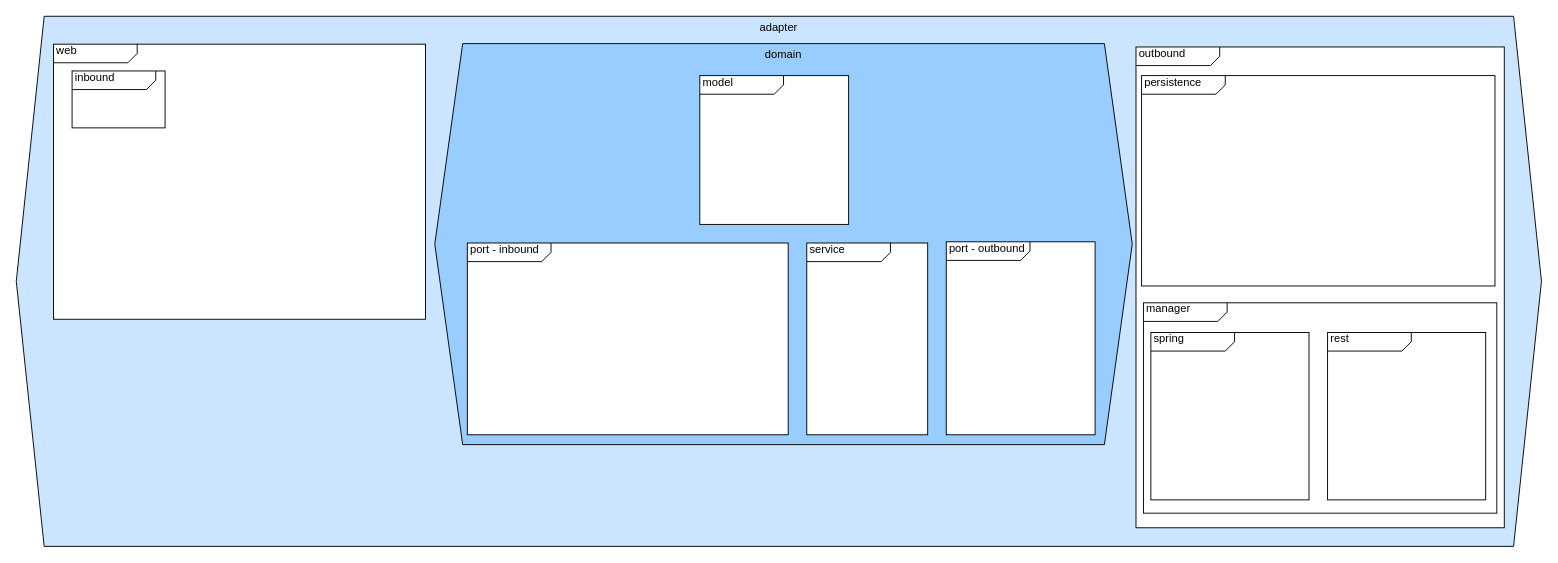
Earlier version of the draw.io diagram page "package-rules-overview" (10 of 10) of docs/assignment-diagrammen/diagrammen-verzameling.drawio (Quintor/hexagonal-architecture-workshop). Source tidied: cells renumbered, new cells numbered last; positions are measured from the earlier drawing's top-left corner, leaving out a move shared by most shapes. Both pictures are drawn from the tidied source at 93%, with x=0, y=0 at pixel (16, 16).
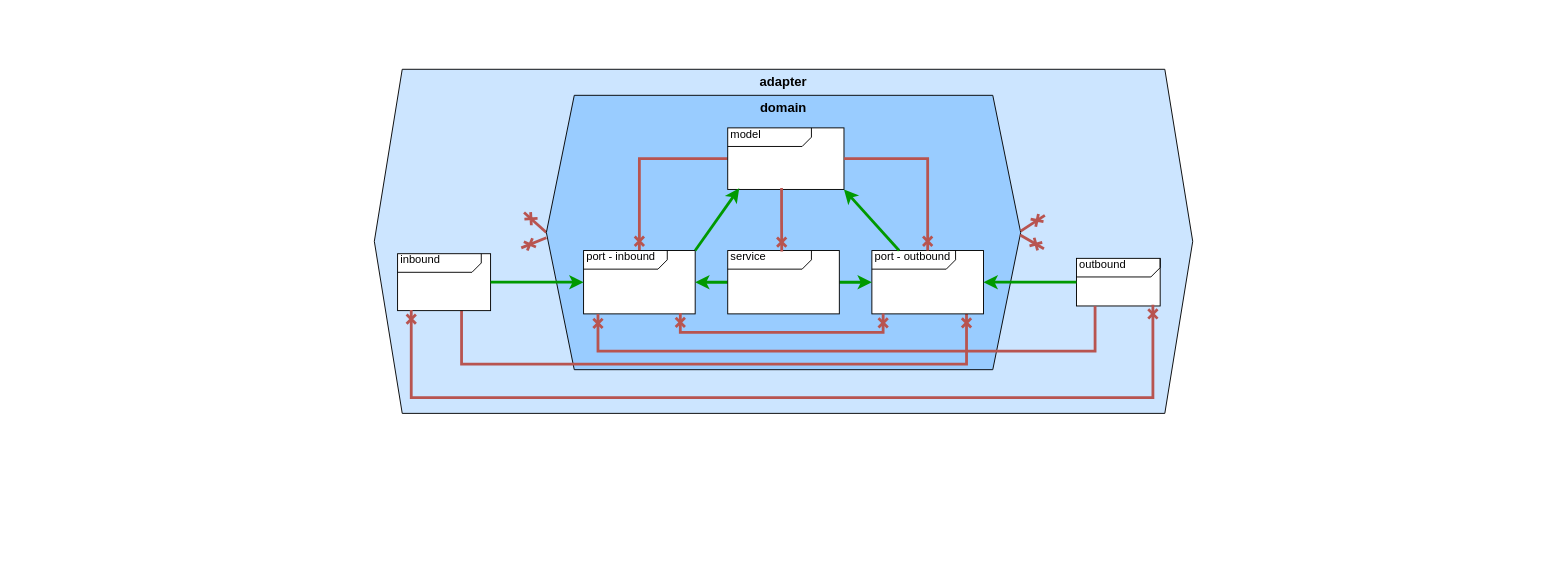
The same page after the edit.

Commit message (it also covers changes not shown here):
docs(stap-4): add an extra assignment and diagram

Diff of the diagram source:
```diff
@@
-    <mxCell id="2" value="adapter" style="shape=hexagon;perimeter=hexagonPerimeter2;whiteSpace=wrap;html=1;fixedSize=1;align=center;verticalAlign=top;spacing=0;size=30;fillColor=#CCE5FF;" parent="1" vertex="1">
-      <mxGeometry width="1640" height="570" as="geometry" />
+    <mxCell id="2" value="&lt;font style=&quot;font-size: 14px;&quot;&gt;&lt;b&gt;adapter&lt;/b&gt;&lt;/font&gt;" style="shape=hexagon;perimeter=hexagonPerimeter2;whiteSpace=wrap;html=1;fixedSize=1;align=center;verticalAlign=top;spacing=0;size=30;fillColor=#CCE5FF;" parent="1" vertex="1">
+      <mxGeometry x="385" y="57" width="880" height="370" as="geometry" />
     </mxCell>
-    <mxCell id="3" value="&amp;nbsp;web" style="html=1;shape=mxgraph.sysml.package;html=1;overflow=fill;whiteSpace=wrap;align=left;" parent="1" vertex="1">
-      <mxGeometry x="40" y="30" width="400" height="295.8" as="geometry" />
-    </mxCell>
+    <mxCell id="15" style="rounded=0;jettySize=auto;html=1;exitX=0;exitY=0.5;exitDx=0;exitDy=0;strokeWidth=3;fillColor=#f8cecc;strokeColor=#b85450;endArrow=cross;endFill=0;" parent="1" edge="1" source="4">
+      <mxGeometry relative="1" as="geometry">
+        <mxPoint x="546" y="211" as="targetPoint" />
+      </mxGeometry>
+    </mxCell>
-    <mxCell id="4" value="domain" style="shape=hexagon;perimeter=hexagonPerimeter2;whiteSpace=wrap;html=1;fixedSize=1;align=center;verticalAlign=top;spacing=0;size=30;fillColor=#99CCFF;" parent="1" vertex="1">
-      <mxGeometry x="450" y="29.4" width="750" height="431.2" as="geometry" />
+    <mxCell id="4" value="&lt;font style=&quot;font-size: 14px;&quot;&gt;&lt;b&gt;domain&lt;/b&gt;&lt;/font&gt;" style="shape=hexagon;perimeter=hexagonPerimeter2;whiteSpace=wrap;html=1;fixedSize=1;align=center;verticalAlign=top;spacing=0;size=30;fillColor=#99CCFF;" parent="1" vertex="1">
+      <mxGeometry x="570" y="85" width="510" height="295" as="geometry" />
     </mxCell>
+    <mxCell id="16" style="edgeStyle=orthogonalEdgeStyle;rounded=0;jettySize=auto;html=1;strokeWidth=3;fillColor=#f8cecc;strokeColor=#b85450;endArrow=cross;endFill=0;" parent="1" edge="1" source="5" target="6">
+      <mxGeometry relative="1" as="geometry" />
+    </mxCell>
     <mxCell id="5" value="&lt;div align=&quot;left&quot;&gt;&amp;nbsp;model&lt;/div&gt;" style="html=1;shape=mxgraph.sysml.package;html=1;overflow=fill;whiteSpace=wrap;align=left;" parent="1" vertex="1">
-      <mxGeometry x="735" y="63.8" width="160" height="160" as="geometry" />
+      <mxGeometry x="765" y="120" width="125" height="66.2" as="geometry" />
     </mxCell>
     <mxCell id="6" value="&lt;div&gt;&amp;nbsp;port - inbound&lt;/div&gt;&lt;div&gt;&lt;br&gt;&lt;/div&gt;&lt;div&gt;&lt;br&gt;&lt;/div&gt;" style="html=1;shape=mxgraph.sysml.package;html=1;overflow=fill;whiteSpace=wrap;align=left;" parent="1" vertex="1">
-      <mxGeometry x="485" y="243.8" width="345" height="206.2" as="geometry" />
+      <mxGeometry x="610" y="251.9" width="120" height="68.1" as="geometry" />
     </mxCell>
+    <mxCell id="17" style="edgeStyle=orthogonalEdgeStyle;rounded=0;jettySize=auto;html=1;exitX=0.688;exitY=0.99;exitDx=0;exitDy=0;exitPerimeter=0;strokeWidth=3;fillColor=#f8cecc;strokeColor=#b85450;endArrow=cross;endFill=0;entryX=0.848;entryY=0.995;entryDx=0;entryDy=0;entryPerimeter=0;" parent="1" edge="1" source="8" target="11">
+      <mxGeometry relative="1" as="geometry">
+        <Array as="points">
+          <mxPoint x="479" y="374" />
+          <mxPoint x="1022" y="374" />
+        </Array>
+      </mxGeometry>
+    </mxCell>
+    <mxCell id="8" value="&amp;nbsp;inbound" style="html=1;shape=mxgraph.sysml.package;html=1;overflow=fill;whiteSpace=wrap;align=left;" parent="1" vertex="1">
+      <mxGeometry x="410" y="255.3" width="100" height="61.2" as="geometry" />
+    </mxCell>
+    <mxCell id="11" value="&lt;div&gt;&amp;nbsp;port - outbound&lt;/div&gt;&lt;div&gt;&lt;br&gt;&lt;/div&gt;&lt;div&gt;&lt;br&gt;&lt;br&gt;&lt;/div&gt;" style="html=1;shape=mxgraph.sysml.package;html=1;overflow=fill;whiteSpace=wrap;align=left;" parent="1" vertex="1">
+      <mxGeometry x="920" y="251.9" width="120" height="68.1" as="geometry" />
+    </mxCell>
+    <mxCell id="18" style="edgeStyle=orthogonalEdgeStyle;rounded=0;jettySize=auto;html=1;strokeWidth=3;fillColor=#d5e8d4;strokeColor=light-dark(#009900, #446e2c);" parent="1" edge="1" source="7" target="6">
+      <mxGeometry relative="1" as="geometry" />
+    </mxCell>
+    <mxCell id="19" style="edgeStyle=orthogonalEdgeStyle;rounded=0;jettySize=auto;html=1;strokeWidth=3;fillColor=#d5e8d4;strokeColor=light-dark(#009900, #446e2c);" parent="1" edge="1" source="7" target="11">
+      <mxGeometry relative="1" as="geometry" />
+    </mxCell>
     <mxCell id="7" value="&amp;nbsp;service" style="html=1;shape=mxgraph.sysml.package;html=1;overflow=fill;whiteSpace=wrap;align=left;" parent="1" vertex="1">
-      <mxGeometry x="850" y="243.8" width="130" height="206.2" as="geometry" />
+      <mxGeometry x="765" y="251.9" width="120" height="68.1" as="geometry" />
     </mxCell>
-    <mxCell id="8" value="&amp;nbsp;inbound" style="html=1;shape=mxgraph.sysml.package;html=1;overflow=fill;whiteSpace=wrap;align=left;" parent="1" vertex="1">
-      <mxGeometry x="60" y="58.8" width="100" height="61.2" as="geometry" />
-    </mxCell>
     <mxCell id="9" value="&amp;nbsp;outbound" style="html=1;shape=mxgraph.sysml.package;html=1;overflow=fill;whiteSpace=wrap;align=left;" parent="1" vertex="1">
-      <mxGeometry x="1204" y="33" width="396" height="517" as="geometry" />
+      <mxGeometry x="1140" y="260.3" width="90" height="51.2" as="geometry" />
     </mxCell>
-    <mxCell id="10" value="&lt;div&gt;&amp;nbsp;persistence&lt;/div&gt;" style="html=1;shape=mxgraph.sysml.package;html=1;overflow=fill;whiteSpace=wrap;align=left;" parent="1" vertex="1">
-      <mxGeometry x="1210" y="63.8" width="380" height="226.2" as="geometry" />
-    </mxCell>
-    <mxCell id="11" value="&lt;div&gt;&amp;nbsp;port - outbound&lt;/div&gt;&lt;div&gt;&lt;br&gt;&lt;/div&gt;&lt;div&gt;&lt;br&gt;&lt;/div&gt;" style="html=1;shape=mxgraph.sysml.package;html=1;overflow=fill;whiteSpace=wrap;align=left;" parent="1" vertex="1">
-      <mxGeometry x="1000" y="242.5" width="160" height="207.5" as="geometry" />
-    </mxCell>
-    <mxCell id="12" value="&amp;nbsp;manager" style="html=1;shape=mxgraph.sysml.package;html=1;overflow=fill;whiteSpace=wrap;align=left;" parent="1" vertex="1">
-      <mxGeometry x="1212" y="308.1" width="380" height="226.2" as="geometry" />
-    </mxCell>
-    <mxCell id="13" value="&amp;nbsp;spring" style="html=1;shape=mxgraph.sysml.package;html=1;overflow=fill;whiteSpace=wrap;align=left;" parent="1" vertex="1">
-      <mxGeometry x="1220" y="340" width="170" height="180" as="geometry" />
-    </mxCell>
-    <mxCell id="14" value="&amp;nbsp;rest" style="html=1;shape=mxgraph.sysml.package;html=1;overflow=fill;whiteSpace=wrap;align=left;" parent="1" vertex="1">
-      <mxGeometry x="1410" y="340" width="170" height="180" as="geometry" />
-    </mxCell>
+    <mxCell id="20" style="edgeStyle=orthogonalEdgeStyle;rounded=0;jettySize=auto;html=1;strokeWidth=3;fillColor=#f8cecc;strokeColor=#b85450;endArrow=cross;endFill=0;exitX=0.463;exitY=0.976;exitDx=0;exitDy=0;exitPerimeter=0;entryX=0.484;entryY=0.014;entryDx=0;entryDy=0;entryPerimeter=0;" parent="1" edge="1" source="5" target="7">
+      <mxGeometry relative="1" as="geometry" />
+    </mxCell>
+    <mxCell id="21" style="edgeStyle=orthogonalEdgeStyle;rounded=0;jettySize=auto;html=1;strokeWidth=3;fillColor=#f8cecc;strokeColor=#b85450;endArrow=cross;endFill=0;exitX=1;exitY=0.5;exitDx=0;exitDy=0;exitPerimeter=0;entryX=0.5;entryY=0;entryDx=0;entryDy=0;entryPerimeter=0;" parent="1" edge="1" source="5" target="11">
+      <mxGeometry relative="1" as="geometry" />
+    </mxCell>
+    <mxCell id="22" style="edgeStyle=orthogonalEdgeStyle;rounded=0;jettySize=auto;html=1;entryX=1;entryY=0.5;entryDx=0;entryDy=0;entryPerimeter=0;strokeWidth=3;fillColor=#d5e8d4;strokeColor=light-dark(#009900, #446e2c);" parent="1" edge="1" source="9" target="11">
+      <mxGeometry relative="1" as="geometry" />
+    </mxCell>
+    <mxCell id="23" style="edgeStyle=orthogonalEdgeStyle;rounded=0;jettySize=auto;html=1;entryX=0;entryY=0.5;entryDx=0;entryDy=0;entryPerimeter=0;strokeWidth=3;fillColor=#d5e8d4;strokeColor=light-dark(#009900, #446e2c);" parent="1" edge="1" source="8" target="6">
+      <mxGeometry relative="1" as="geometry" />
+    </mxCell>
+    <mxCell id="24" style="rounded=0;jettySize=auto;html=1;exitX=0;exitY=0.519;exitDx=0;exitDy=0;strokeWidth=3;fillColor=#f8cecc;strokeColor=#b85450;endArrow=cross;endFill=0;exitPerimeter=0;" parent="1" edge="1" source="4">
+      <mxGeometry relative="1" as="geometry">
+        <mxPoint x="543" y="249" as="targetPoint" />
+      </mxGeometry>
+    </mxCell>
+    <mxCell id="25" style="rounded=0;orthogonalLoop=1;jettySize=auto;html=1;exitX=0;exitY=0.5;exitDx=0;exitDy=0;strokeWidth=3;fillColor=#f8cecc;strokeColor=#b85450;endArrow=cross;endFill=0;" parent="1" edge="1">
+      <mxGeometry relative="1" as="geometry">
+        <mxPoint x="1080" y="231" as="sourcePoint" />
+        <mxPoint x="1106" y="214" as="targetPoint" />
+      </mxGeometry>
+    </mxCell>
+    <mxCell id="26" style="rounded=0;jettySize=auto;html=1;exitX=0.999;exitY=0.509;exitDx=0;exitDy=0;strokeWidth=3;fillColor=#f8cecc;strokeColor=#b85450;endArrow=cross;endFill=0;exitPerimeter=0;" parent="1" edge="1" source="4">
+      <mxGeometry relative="1" as="geometry">
+        <mxPoint x="1105" y="250" as="targetPoint" />
+      </mxGeometry>
+    </mxCell>
+    <mxCell id="27" style="edgeStyle=orthogonalEdgeStyle;rounded=0;jettySize=auto;html=1;entryX=0.913;entryY=0.973;entryDx=0;entryDy=0;entryPerimeter=0;exitX=0.147;exitY=0.987;exitDx=0;exitDy=0;exitPerimeter=0;fillColor=#f8cecc;strokeColor=#b85450;endArrow=cross;endFill=0;strokeWidth=3;startArrow=cross;startFill=0;" parent="1" edge="1" source="8" target="9">
+      <mxGeometry relative="1" as="geometry">
+        <Array as="points">
+          <mxPoint x="425" y="410" />
+          <mxPoint x="1222" y="410" />
+        </Array>
+      </mxGeometry>
+    </mxCell>
+    <mxCell id="28" style="rounded=0;jettySize=auto;html=1;entryX=0.099;entryY=0.98;entryDx=0;entryDy=0;entryPerimeter=0;exitX=1;exitY=0;exitDx=0;exitDy=0;exitPerimeter=0;strokeWidth=3;fillColor=#d5e8d4;strokeColor=light-dark(#009900, #446e2c);" parent="1" edge="1" source="6" target="5">
+      <mxGeometry relative="1" as="geometry" />
+    </mxCell>
+    <mxCell id="29" style="rounded=0;jettySize=auto;html=1;entryX=1;entryY=1;entryDx=0;entryDy=0;entryPerimeter=0;strokeWidth=3;fillColor=#d5e8d4;strokeColor=light-dark(#009900, #446e2c);" parent="1" edge="1" source="11" target="5">
+      <mxGeometry relative="1" as="geometry" />
+    </mxCell>
+    <mxCell id="30" style="edgeStyle=orthogonalEdgeStyle;rounded=0;jettySize=auto;html=1;entryX=0.867;entryY=0.987;entryDx=0;entryDy=0;entryPerimeter=0;exitX=0.101;exitY=0.995;exitDx=0;exitDy=0;exitPerimeter=0;fillColor=#f8cecc;strokeColor=#b85450;strokeWidth=3;endArrow=cross;endFill=0;startArrow=cross;startFill=0;" parent="1" edge="1" source="11" target="6">
+      <mxGeometry relative="1" as="geometry">
+        <Array as="points">
+          <mxPoint x="714" y="340" />
+        </Array>
+      </mxGeometry>
+    </mxCell>
+    <mxCell id="31" style="edgeStyle=orthogonalEdgeStyle;rounded=0;jettySize=auto;html=1;entryX=0.129;entryY=1.002;entryDx=0;entryDy=0;entryPerimeter=0;fillColor=#f8cecc;strokeColor=#b85450;endArrow=cross;endFill=0;strokeWidth=3;" parent="1" edge="1" source="9" target="6">
+      <mxGeometry relative="1" as="geometry">
+        <Array as="points">
+          <mxPoint x="1160" y="360" />
+          <mxPoint x="626" y="360" />
+        </Array>
+      </mxGeometry>
+    </mxCell>
```
